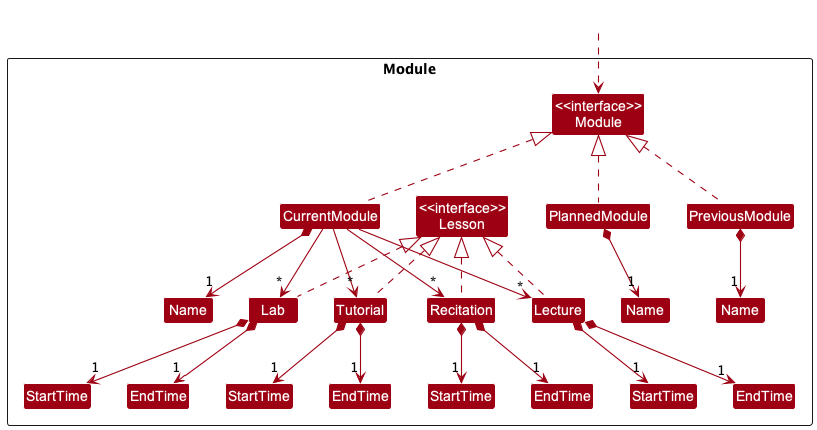
Above: docs/images/ModuleClassDiagram.png in nus-cs2103-AY2223S1/tp (PlantUML), before the change. Its diagram source:
```plantuml
@startuml
!include style.puml
skinparam arrowThickness 1.1
skinparam arrowColor MODEL_COLOR
skinparam classBackgroundColor MODEL_COLOR


Package Module <<Rectangle>>{
Class "<<interface>>\nModule" as Module
Class "<<interface>>\nLesson" as Lesson

Class CurrentModule
Class PlannedModule
Class PreviousModule

Class "Name" as CurrentName
Class "Name" as PreviousName
Class "Name" as PlannedName

Class Tutorial
Class Recitation
Class Lecture
Class Lab
Class "StartTime" as TutorialStartTime
Class "EndTime" as TutorialEndTime
Class "StartTime" as LectureStartTime
Class "EndTime" as LectureEndTime
Class "StartTime" as RecitationStartTime
Class "EndTime" as RecitationEndTime
Class "StartTime" as LabStartTime
Class "EndTime" as LabEndTime

}

Class HiddenOutside #FFFFFF
HiddenOutside ..> Module

CurrentModule .up.|> Module
PlannedModule .up.|> Module
PreviousModule .up.|> Module

CurrentModule *-->  "1" CurrentName
CurrentModule --> "*" Tutorial
CurrentModule --> "*" Lecture
CurrentModule --> "*" Recitation
CurrentModule --> "*" Lab

PlannedModule *-->  "1" PlannedName
PreviousModule *-->  "1" PreviousName

Tutorial *--> "1" TutorialStartTime
Tutorial *--> "1" TutorialEndTime

Lecture *--> "1" LectureStartTime
Lecture *--> "1" LectureEndTime

Recitation *--> "1" RecitationStartTime
Recitation *--> "1" RecitationEndTime

Lab *--> "1" LabStartTime
Lab *--> "1" LabEndTime

Recitation .up.|> Lesson
Lecture .up.|> Lesson
Tutorial .up.|> Lesson
Lab .up.|> Lesson

@enduml
```
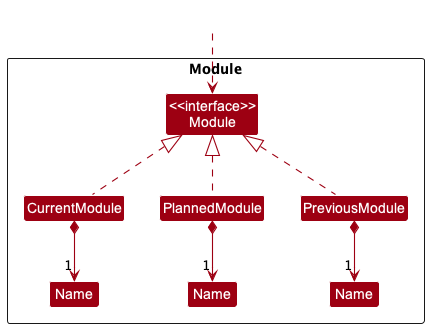
After the change.

Commit message:
Update UG TOC, adding lesson and viewing timetable

What changed in the source:
```diff
@@ -7,7 +7,6 @@
 
 Package Module <<Rectangle>>{
 Class "<<interface>>\nModule" as Module
-Class "<<interface>>\nLesson" as Lesson
 
 Class CurrentModule
 Class PlannedModule
@@ -16,19 +15,6 @@
 Class "Name" as CurrentName
 Class "Name" as PreviousName
 Class "Name" as PlannedName
-
-Class Tutorial
-Class Recitation
-Class Lecture
-Class Lab
-Class "StartTime" as TutorialStartTime
-Class "EndTime" as TutorialEndTime
-Class "StartTime" as LectureStartTime
-Class "EndTime" as LectureEndTime
-Class "StartTime" as RecitationStartTime
-Class "EndTime" as RecitationEndTime
-Class "StartTime" as LabStartTime
-Class "EndTime" as LabEndTime
 
 }
 
@@ -40,29 +26,8 @@
 PreviousModule .up.|> Module
 
 CurrentModule *-->  "1" CurrentName
-CurrentModule --> "*" Tutorial
-CurrentModule --> "*" Lecture
-CurrentModule --> "*" Recitation
-CurrentModule --> "*" Lab
 
 PlannedModule *-->  "1" PlannedName
 PreviousModule *-->  "1" PreviousName
 
-Tutorial *--> "1" TutorialStartTime
-Tutorial *--> "1" TutorialEndTime
-
-Lecture *--> "1" LectureStartTime
-Lecture *--> "1" LectureEndTime
-
-Recitation *--> "1" RecitationStartTime
-Recitation *--> "1" RecitationEndTime
-
-Lab *--> "1" LabStartTime
-Lab *--> "1" LabEndTime
-
-Recitation .up.|> Lesson
-Lecture .up.|> Lesson
-Tutorial .up.|> Lesson
-Lab .up.|> Lesson
-
 @enduml
```
